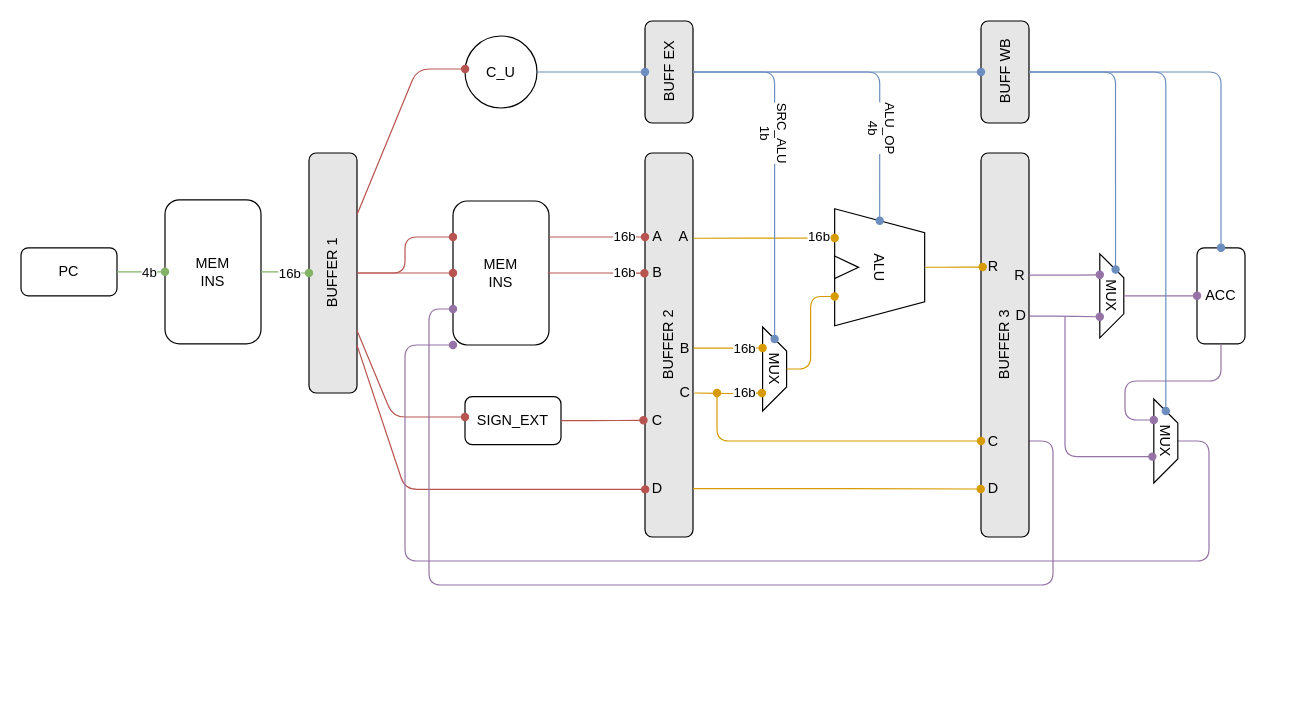
This is doc/Architecture_design.drawio from denso666/simple-calculator-architecture-vhdl, a draw.io file, before an edit. Source tidied: cells renumbered, new cells numbered last; positions are measured from the earlier drawing's top-left corner, leaving out a move shared by most shapes. Both pictures are drawn from the tidied source at 120%, with x=0, y=0 at pixel (20, 35).
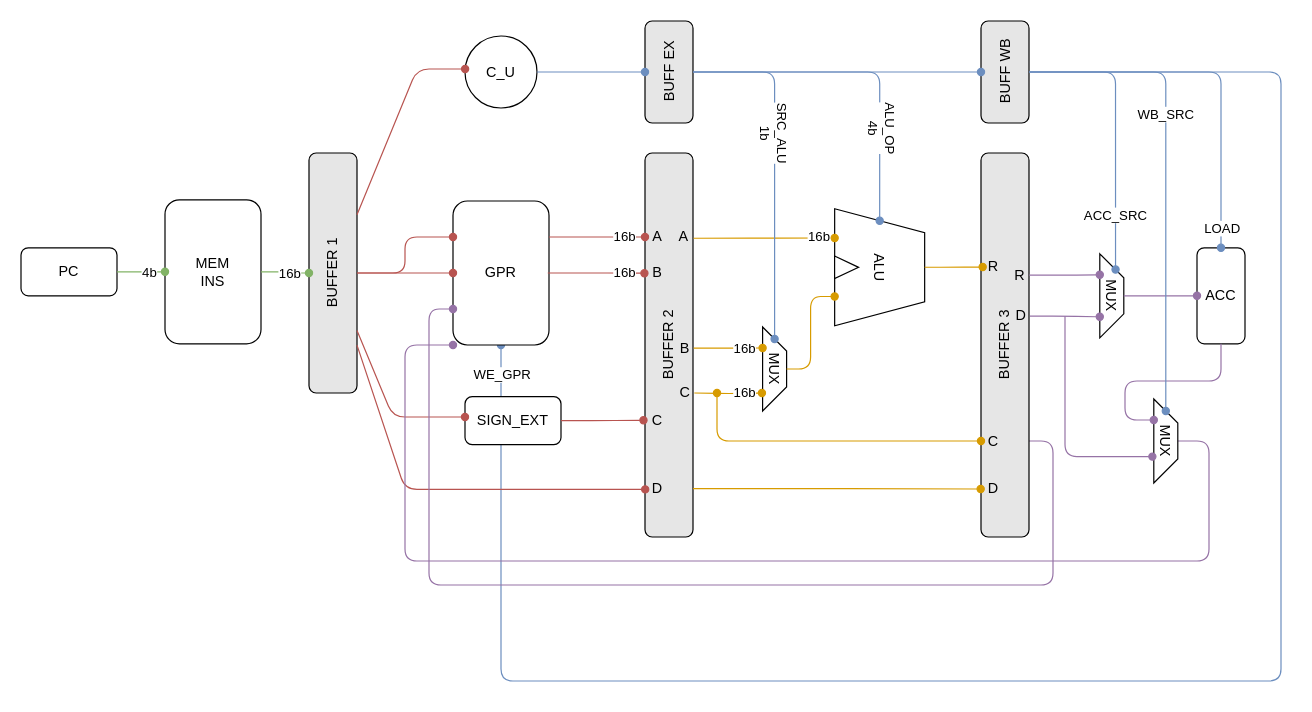
After the change.

Unchanged cells that the change refers to:
```xml
<mxCell id="45" value="BUFF WB" style="rounded=1;whiteSpace=wrap;html=1;rotation=-90;fillColor=#E6E6E6;" parent="1" vertex="1">
  <mxGeometry x="777.5" y="10.5" width="85" height="40" as="geometry" />
</mxCell>
<mxCell id="68" style="edgeStyle=orthogonalEdgeStyle;rounded=1;jettySize=auto;html=1;entryX=0;entryY=0.25;entryDx=0;entryDy=0;startArrow=none;startFill=0;endArrow=oval;endFill=1;strokeColor=#6c8ebf;fillColor=#dae8fc;" parent="1" edge="1" source="45" target="52">
  <mxGeometry relative="1" as="geometry" />
</mxCell>
<mxCell id="69" style="edgeStyle=orthogonalEdgeStyle;rounded=1;jettySize=auto;html=1;startArrow=none;startFill=0;endArrow=oval;endFill=1;strokeColor=#6c8ebf;fillColor=#dae8fc;" parent="1" edge="1" source="45" target="58">
  <mxGeometry relative="1" as="geometry" />
</mxCell>
<mxCell id="70" style="edgeStyle=orthogonalEdgeStyle;rounded=1;jettySize=auto;html=1;startArrow=none;startFill=0;endArrow=oval;endFill=1;strokeColor=#6c8ebf;fillColor=#dae8fc;" parent="1" edge="1" source="45" target="51">
  <mxGeometry relative="1" as="geometry" />
</mxCell>
```

Diff of the diagram source:
```diff
@@
+    <mxCell id="71" style="edgeStyle=orthogonalEdgeStyle;rounded=1;jettySize=auto;html=1;fillColor=#dae8fc;strokeColor=#6c8ebf;endArrow=oval;endFill=1;" parent="1" edge="1" source="45" target="9">
+      <mxGeometry relative="1" as="geometry">
+        <Array as="points">
+          <mxPoint x="1050" y="31" />
+          <mxPoint x="1050" y="538" />
+          <mxPoint x="400" y="538" />
+        </Array>
+      </mxGeometry>
+    </mxCell>
+    <mxCell id="72" value="WE_GPR" style="edgeLabel;html=1;align=center;verticalAlign=middle;" parent="71" vertex="1">
+      <mxGeometry x="0.97" relative="1" as="geometry" />
+    </mxCell>
@@
-    <mxCell id="9" value="&lt;font face=&quot;JetBrains Mono&quot;&gt;MEM&lt;br&gt;INS&lt;br&gt;&lt;/font&gt;" style="rounded=1;whiteSpace=wrap;html=1;" parent="1" vertex="1">
+    <mxCell id="9" value="&lt;font face=&quot;JetBrains Mono&quot;&gt;GPR&lt;br&gt;&lt;/font&gt;" style="rounded=1;whiteSpace=wrap;html=1;" parent="1" vertex="1">
       <mxGeometry x="360" y="138" width="80" height="120" as="geometry" />
     </mxCell>
@@
+    <mxCell id="73" value="ACC_SRC" style="edgeLabel;html=1;align=center;verticalAlign=middle;" parent="68" vertex="1">
+      <mxGeometry x="0.61" y="-1" relative="1" as="geometry" />
+    </mxCell>
@@
+    <mxCell id="74" value="WB_SRC" style="edgeLabel;html=1;align=center;verticalAlign=middle;" parent="69" vertex="1">
+      <mxGeometry x="-0.25" y="-1" relative="1" as="geometry" />
+    </mxCell>
@@
+    <mxCell id="75" value="LOAD" style="edgeLabel;html=1;align=center;verticalAlign=middle;" parent="70" vertex="1">
+      <mxGeometry x="0.89" relative="1" as="geometry" />
+    </mxCell>
```
